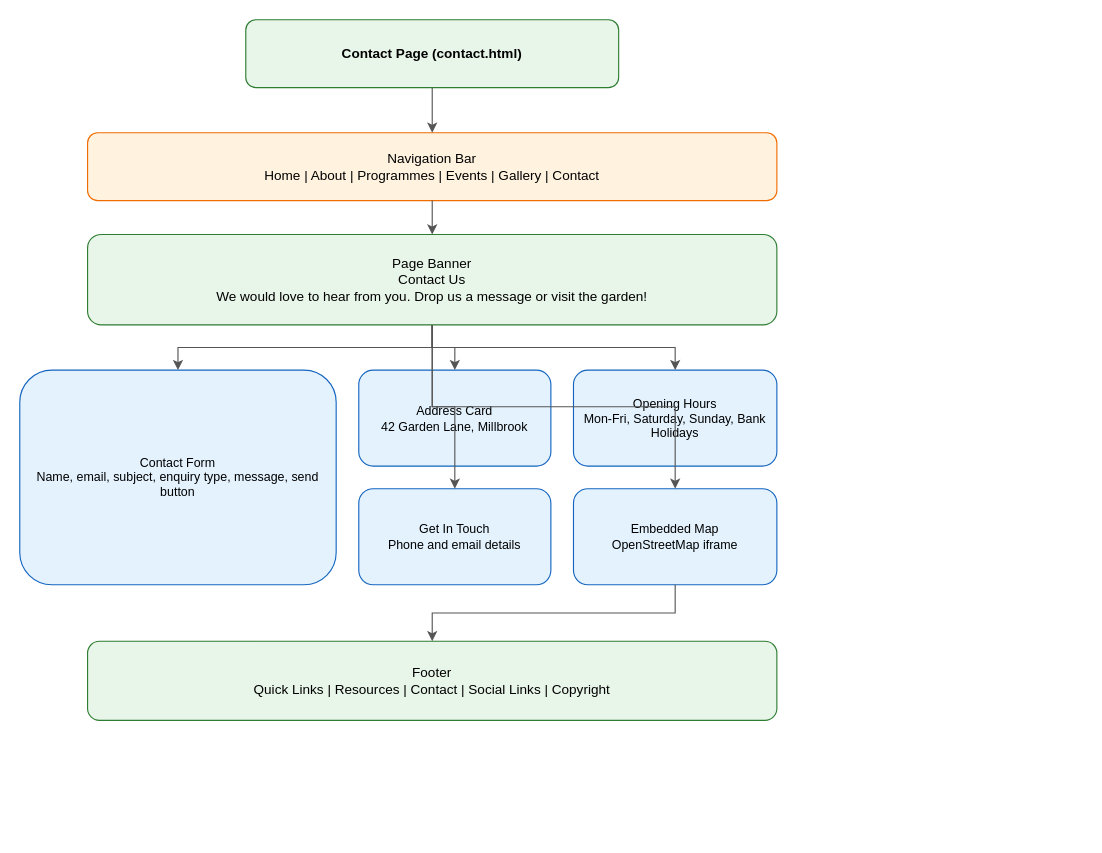
peterpool-dasherz/html-cw keeps this draw.io diagram as CW/GreenHaven website/diagrams/contact-page-sitemap.drawio. Above is the earlier version. Source tidied: cells renumbered, new cells numbered last; positions are measured from the earlier drawing's top-left corner, leaving out a move shared by most shapes. Both pictures are drawn from the tidied source at 113%, with x=0, y=0 at pixel (19, 19).
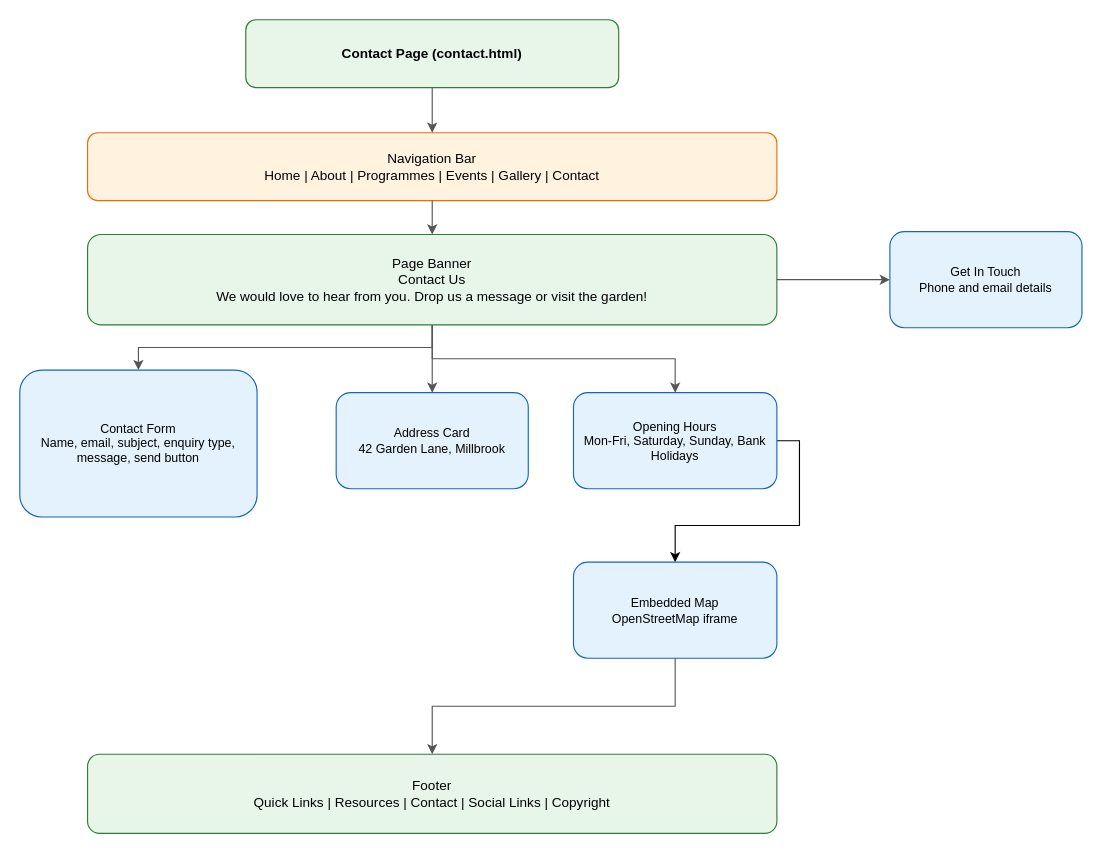
Above is the later version.

Diff of the diagram source:
```diff
@@
 <mxGraphModel>
   <root>
     <mxCell id="0" />
     <mxCell id="1" parent="0" />
     <mxCell id="2" value="Contact Page (contact.html)" style="rounded=1;whiteSpace=wrap;html=1;fillColor=#E8F5E9;strokeColor=#2E7D32;fontSize=12;fontStyle=1;" parent="1" vertex="1">
       <mxGeometry x="200" width="330" height="60" as="geometry" />
     </mxCell>
     <mxCell id="3" value="Navigation Bar&#10;Home | About | Programmes | Events | Gallery | Contact" style="rounded=1;whiteSpace=wrap;html=1;fillColor=#FFF3E0;strokeColor=#EF6C00;fontSize=12;" parent="1" vertex="1">
       <mxGeometry x="60" y="100" width="610" height="60" as="geometry" />
     </mxCell>
     <mxCell id="4" value="Page Banner&#10;Contact Us&#10;We would love to hear from you. Drop us a message or visit the garden!" style="rounded=1;whiteSpace=wrap;html=1;fillColor=#E8F5E9;strokeColor=#2E7D32;fontSize=12;" parent="1" vertex="1">
       <mxGeometry x="60" y="190" width="610" height="80" as="geometry" />
     </mxCell>
     <mxCell id="5" value="Contact Form&#10;Name, email, subject, enquiry type, message, send button" style="rounded=1;whiteSpace=wrap;html=1;fillColor=#E3F2FD;strokeColor=#1565C0;fontSize=11;" parent="1" vertex="1">
-      <mxGeometry y="310" width="280" height="190" as="geometry" />
+      <mxGeometry y="310" width="210" height="130" as="geometry" />
     </mxCell>
     <mxCell id="6" value="Address Card&#10;42 Garden Lane, Millbrook" style="rounded=1;whiteSpace=wrap;html=1;fillColor=#E3F2FD;strokeColor=#1565C0;fontSize=11;" parent="1" vertex="1">
-      <mxGeometry x="300" y="310" width="170" height="85" as="geometry" />
+      <mxGeometry x="280" y="330" width="170" height="85" as="geometry" />
     </mxCell>
+    <mxCell id="19" style="edgeStyle=orthogonalEdgeStyle;rounded=0;jettySize=auto;html=1;exitX=1;exitY=0.5;exitDx=0;exitDy=0;entryX=0.5;entryY=0;entryDx=0;entryDy=0;" parent="1" edge="1" source="7" target="9">
+      <mxGeometry relative="1" as="geometry" />
+    </mxCell>
     <mxCell id="7" value="Opening Hours&#10;Mon-Fri, Saturday, Sunday, Bank Holidays" style="rounded=1;whiteSpace=wrap;html=1;fillColor=#E3F2FD;strokeColor=#1565C0;fontSize=11;" parent="1" vertex="1">
-      <mxGeometry x="490" y="310" width="180" height="85" as="geometry" />
+      <mxGeometry x="490" y="330" width="180" height="85" as="geometry" />
     </mxCell>
     <mxCell id="8" value="Get In Touch&#10;Phone and email details" style="rounded=1;whiteSpace=wrap;html=1;fillColor=#E3F2FD;strokeColor=#1565C0;fontSize=11;" parent="1" vertex="1">
-      <mxGeometry x="300" y="415" width="170" height="85" as="geometry" />
+      <mxGeometry x="770" y="187.5" width="170" height="85" as="geometry" />
     </mxCell>
     <mxCell id="9" value="Embedded Map&#10;OpenStreetMap iframe" style="rounded=1;whiteSpace=wrap;html=1;fillColor=#E3F2FD;strokeColor=#1565C0;fontSize=11;" parent="1" vertex="1">
-      <mxGeometry x="490" y="415" width="180" height="85" as="geometry" />
+      <mxGeometry x="490" y="480" width="180" height="85" as="geometry" />
     </mxCell>
     <mxCell id="10" value="Footer&#10;Quick Links | Resources | Contact | Social Links | Copyright" style="rounded=1;whiteSpace=wrap;html=1;fillColor=#E8F5E9;strokeColor=#2E7D32;fontSize=12;" parent="1" vertex="1">
-      <mxGeometry x="60" y="550" width="610" height="70" as="geometry" />
+      <mxGeometry x="60" y="650" width="610" height="70" as="geometry" />
     </mxCell>
     <mxCell id="11" style="edgeStyle=orthogonalEdgeStyle;rounded=0;strokeColor=#555555;endArrow=classic;" parent="1" edge="1" source="2" target="3">
       <mxGeometry relative="1" as="geometry" />
     </mxCell>
     <mxCell id="12" style="edgeStyle=orthogonalEdgeStyle;rounded=0;strokeColor=#555555;endArrow=classic;" parent="1" edge="1" source="3" target="4">
       <mxGeometry relative="1" as="geometry" />
     </mxCell>
     <mxCell id="13" style="edgeStyle=orthogonalEdgeStyle;rounded=0;strokeColor=#555555;endArrow=classic;" parent="1" edge="1" source="4" target="5">
       <mxGeometry relative="1" as="geometry" />
     </mxCell>
     <mxCell id="14" style="edgeStyle=orthogonalEdgeStyle;rounded=0;strokeColor=#555555;endArrow=classic;" parent="1" edge="1" source="4" target="6">
       <mxGeometry relative="1" as="geometry" />
     </mxCell>
     <mxCell id="15" style="edgeStyle=orthogonalEdgeStyle;rounded=0;strokeColor=#555555;endArrow=classic;" parent="1" edge="1" source="4" target="7">
       <mxGeometry relative="1" as="geometry" />
     </mxCell>
     <mxCell id="16" style="edgeStyle=orthogonalEdgeStyle;rounded=0;strokeColor=#555555;endArrow=classic;" parent="1" edge="1" source="4" target="8">
       <mxGeometry relative="1" as="geometry" />
     </mxCell>
-    <mxCell id="17" style="edgeStyle=orthogonalEdgeStyle;rounded=0;strokeColor=#555555;endArrow=classic;" parent="1" edge="1" source="4" target="9">
-      <mxGeometry relative="1" as="geometry" />
-    </mxCell>
     <mxCell id="18" style="edgeStyle=orthogonalEdgeStyle;rounded=0;strokeColor=#555555;endArrow=classic;" parent="1" edge="1" source="9" target="10">
       <mxGeometry relative="1" as="geometry" />
     </mxCell>
   </root>
 </mxGraphModel>
```
